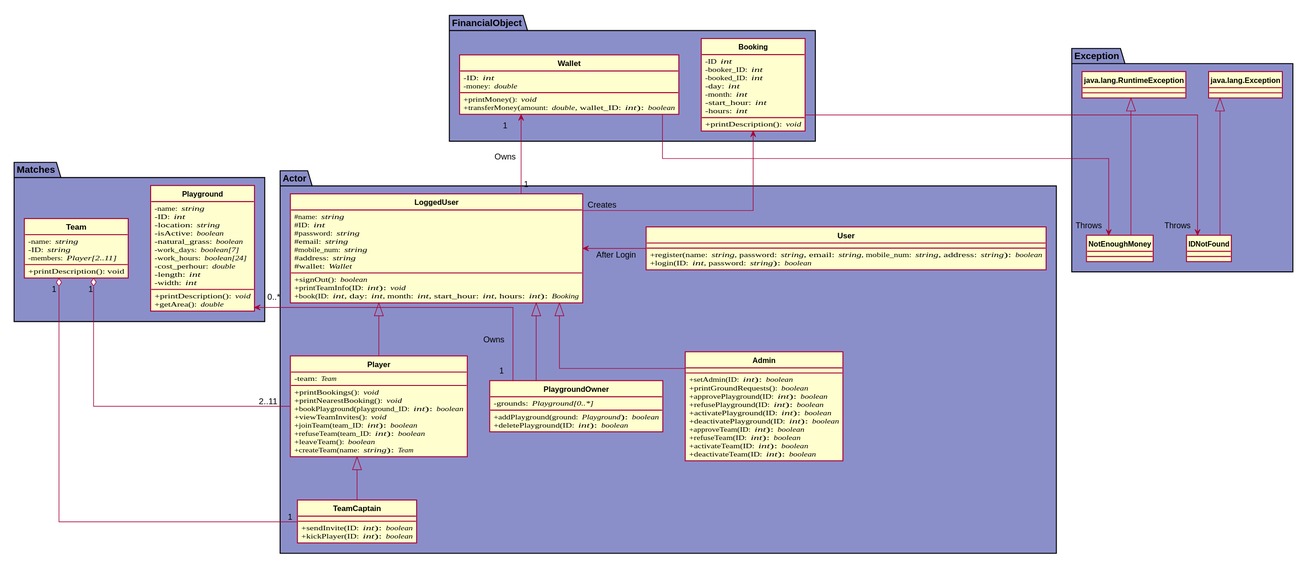
Earlier version of the PlantUML export The Final Project/ClassDiagram.svg (dudo48/FCAI-CU-Software-Engineering-1).
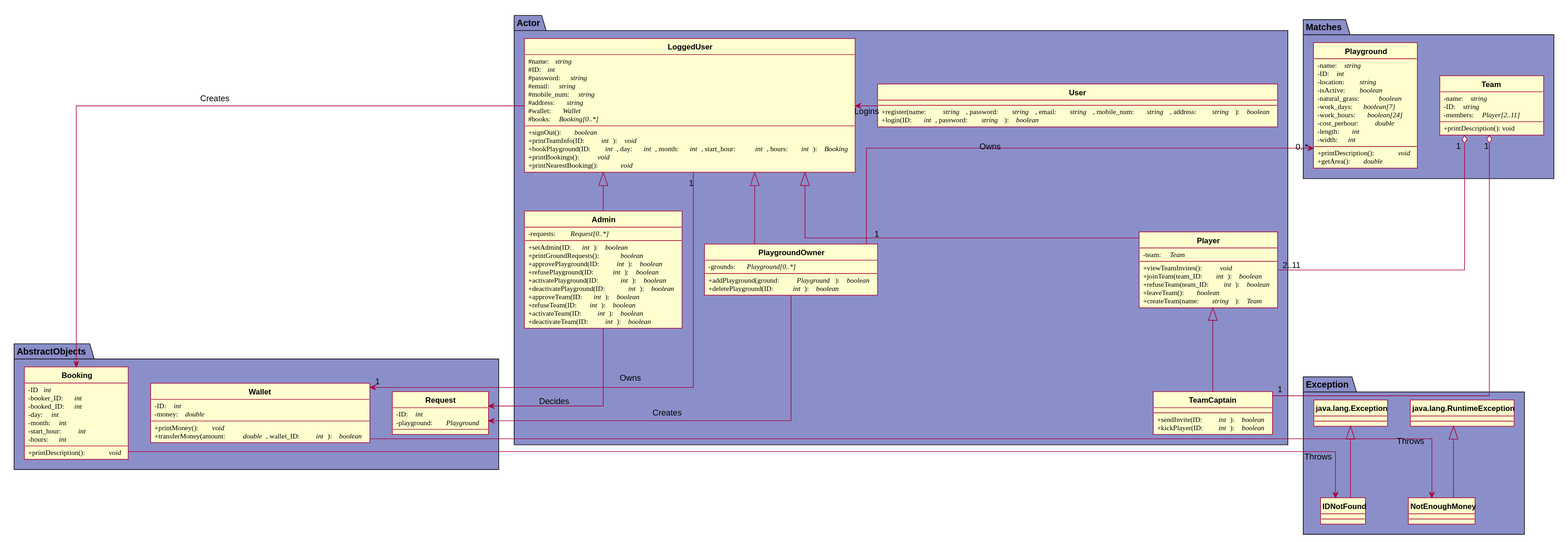
The same file after the commit.

The edit, as a diff of the source:
```diff
@@ -24,9 +24,12 @@
         #mobile_num: //string//
         #address: //string//
         #wallet: //Wallet//
+        #books: //Booking[0..*]//
         +signOut(): //boolean//
         +printTeamInfo(ID: //int//): //void//
-        +book(ID: //int//, day: //int//, month: //int//, start_hour: //int//, hours: //int//): //Booking//
+        +bookPlayground(ID: //int//, day: //int//, month: //int//, start_hour: //int//, hours: //int//): //Booking//
+        +printBookings(): //void//
+        +printNearestBooking(): //void//
     }
     class PlaygroundOwner
     {
@@ -37,9 +40,6 @@
     class Player
     {
         -team: //Team//
-        +printBookings(): //void//
-        +printNearestBooking(): //void//
-        +bookPlayground(playground_ID: //int//): //boolean//
         +viewTeamInvites(): //void//
         +joinTeam(team_ID: //int//): //boolean//
         +refuseTeam(team_ID: //int//): //boolean//
@@ -53,6 +53,7 @@
     }
     class Admin
     {
+        -requests: //Request[0..*]//
         +setAdmin(ID: //int//): //boolean//
         +printGroundRequests(): //boolean//
         +approvePlayground(ID: //int//): //boolean//
@@ -65,7 +66,7 @@
         +deactivateTeam(ID: //int//): //boolean//
     }
 }
-package FinancialObject
+package AbstractObjects
 {
     class Wallet
     {
@@ -84,6 +85,11 @@
         -start_hour: //int//
         -hours: //int//
         +printDescription(): //void//
+    }
+    class Request
+    {
+        -ID: //int//
+        -playground: //Playground//
     }
 }
 package Exception
@@ -134,21 +140,24 @@
 LoggedUser <|-- Player
 LoggedUser <|-- PlaygroundOwner
 LoggedUser <|-- Admin
-LoggedUser <- User: "After Login"
-Wallet "1\n\n\nOwns" <-- "1" LoggedUser
-Booking <-- "Creates" LoggedUser
+LoggedUser <- User
+Wallet "1" <-- "1" LoggedUser
+Booking <-- LoggedUser
 
-Team "1 " o-- "2..11   " Player
+Team "1" o-- "2..11" Player
 Team "1" o- "1" TeamCaptain
 
 Player <|-- TeamCaptain
 
-Playground "   0..*\n" <-- "Owns\n\n\n      1" PlaygroundOwner
+Playground "0..*" <-- "1" PlaygroundOwner
 
 java.lang.Exception <|-- IDNotFound
 java.lang.RuntimeException <|-- NotEnoughMoney
 
-Wallet --> "Throws" NotEnoughMoney
-Booking --> "Throws" IDNotFound
+Wallet --> NotEnoughMoney
+Booking --> IDNotFound
+
+PlaygroundOwner --> Request
+Admin --> Request
 
 @enduml
```
